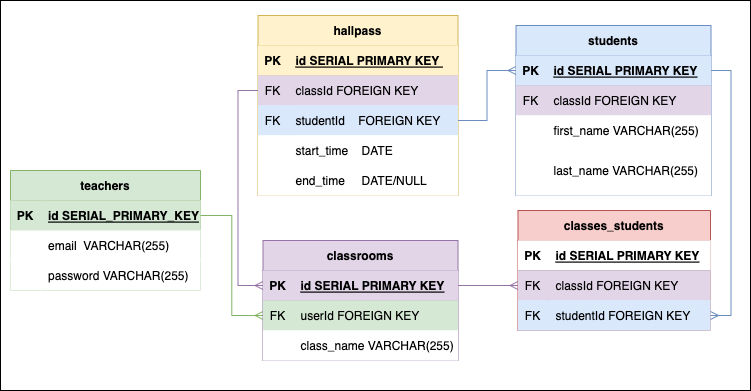
This is hallpassERD.drawio.png from snacksident/hallpass-logger, a draw.io export, as it was before one commit. Source tidied: cells renumbered, new cells last; positions are measured from the earlier drawing's top-left corner, leaving out a move shared by most shapes.
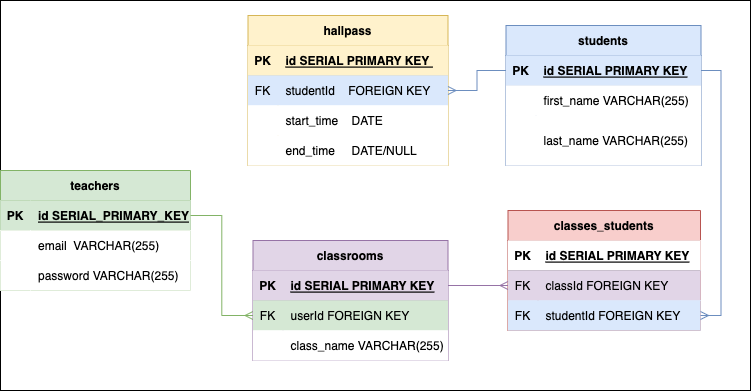
Later version of the same file.

Commit message:
correct ERD associations - remove column from students table

The edit, as a diff of the source:
```diff
@@ -3,7 +3,7 @@
     <mxCell id="0" />
     <mxCell id="1" parent="0" />
     <mxCell id="2" style="rounded=0;whiteSpace=wrap;html=1;fillColor=#FFFFFF;" parent="1" vertex="1">
-      <mxGeometry width="750" height="390" as="geometry" />
+      <mxGeometry x="10" width="750" height="390" as="geometry" />
     </mxCell>
     <mxCell id="3" value="teachers" style="shape=table;startSize=30;rowLines=0;fontStyle=1;align=center;fillColor=#d5e8d4;strokeColor=#82b366;" parent="1" vertex="1">
       <mxGeometry x="10" y="170" width="190" height="120" as="geometry" />
@@ -36,7 +36,7 @@
       <mxGeometry x="30" width="160" height="30" as="geometry" />
     </mxCell>
     <mxCell id="13" value="students" style="shape=table;startSize=30;rowLines=0;fontStyle=1;align=center;strokeColor=#6c8ebf;fillColor=#dae8fc;" parent="1" vertex="1">
-      <mxGeometry x="515.5" y="25" width="195" height="170" as="geometry" />
+      <mxGeometry x="515.5" y="25" width="195" height="140" as="geometry" />
     </mxCell>
     <mxCell id="14" style="shape=tableRow;horizontal=0;startSize=0;swimlaneHead=0;swimlaneBody=0;points=[[0,0.5],[1,0.5]];portConstraint=eastwest;top=0;left=0;right=0;bottom=1;fillColor=#dae8fc;strokeColor=#6c8ebf;" parent="13" vertex="1">
       <mxGeometry y="30" width="195" height="30" as="geometry" />
@@ -47,17 +47,8 @@
     <mxCell id="16" value="id SERIAL PRIMARY KEY" style="shape=partialRectangle;top=0;left=0;bottom=0;right=0;align=left;spacingLeft=6;fontStyle=5;overflow=hidden;fillColor=#dae8fc;strokeColor=#6c8ebf;" parent="14" vertex="1">
       <mxGeometry x="30" width="165" height="30" as="geometry" />
     </mxCell>
-    <mxCell id="17" style="shape=tableRow;horizontal=0;startSize=0;swimlaneHead=0;swimlaneBody=0;fillColor=#e1d5e7;top=0;left=0;right=0;bottom=0;strokeColor=#9673a6;" parent="13" vertex="1">
-      <mxGeometry y="60" width="195" height="30" as="geometry" />
-    </mxCell>
-    <mxCell id="18" value="FK" style="shape=partialRectangle;fillColor=#e1d5e7;top=0;left=0;bottom=0;right=0;fontStyle=0;overflow=hidden;strokeColor=#9673a6;" parent="17" vertex="1">
-      <mxGeometry width="30" height="30" as="geometry" />
-    </mxCell>
-    <mxCell id="19" value="classId FOREIGN KEY" style="shape=partialRectangle;fillColor=#e1d5e7;top=0;left=0;bottom=0;right=0;align=left;spacingLeft=6;fontStyle=0;overflow=hidden;strokeColor=#9673a6;" parent="17" vertex="1">
-      <mxGeometry x="30" width="165" height="30" as="geometry" />
-    </mxCell>
     <mxCell id="20" style="shape=tableRow;horizontal=0;startSize=0;swimlaneHead=0;swimlaneBody=0;fillColor=#FFFFFF;top=0;left=0;right=0;bottom=0;strokeColor=#009900;" parent="13" vertex="1">
-      <mxGeometry y="90" width="195" height="30" as="geometry" />
+      <mxGeometry y="60" width="195" height="30" as="geometry" />
     </mxCell>
     <mxCell id="21" style="shape=partialRectangle;fillColor=#FFFFFF;top=0;left=0;bottom=0;right=0;overflow=hidden;strokeColor=#009900;" parent="20" vertex="1">
       <mxGeometry width="30" height="30" as="geometry" />
@@ -66,7 +57,7 @@
       <mxGeometry x="30" width="165" height="30" as="geometry" />
     </mxCell>
     <mxCell id="23" style="shape=tableRow;horizontal=0;startSize=0;swimlaneHead=0;swimlaneBody=0;top=0;left=0;right=0;bottom=0;" parent="13" vertex="1">
-      <mxGeometry y="120" width="195" height="50" as="geometry" />
+      <mxGeometry y="90" width="195" height="50" as="geometry" />
     </mxCell>
     <mxCell id="24" style="shape=partialRectangle;top=0;left=0;bottom=0;right=0;fontStyle=0;overflow=hidden;" parent="23" vertex="1">
       <mxGeometry width="30" height="50" as="geometry" />
@@ -144,7 +135,7 @@
       <mxGeometry relative="1" as="geometry" />
     </mxCell>
     <mxCell id="49" value="hallpass" style="shape=table;startSize=30;rowLines=0;fontStyle=1;align=center;fillColor=#fff2cc;strokeColor=#d6b656;" parent="1" vertex="1">
-      <mxGeometry x="257.5" y="15" width="200" height="180" as="geometry" />
+      <mxGeometry x="257.5" y="15" width="200" height="150" as="geometry" />
     </mxCell>
     <mxCell id="50" style="shape=tableRow;horizontal=0;startSize=0;swimlaneHead=0;swimlaneBody=0;fillColor=#fff2cc;top=0;left=0;right=0;bottom=1;strokeColor=#d6b656;" parent="49" vertex="1">
       <mxGeometry y="30" width="200" height="30" as="geometry" />
@@ -155,17 +146,8 @@
     <mxCell id="52" value="id SERIAL PRIMARY KEY " style="shape=partialRectangle;fillColor=#fff2cc;top=0;left=0;bottom=0;right=0;align=left;spacingLeft=6;fontStyle=5;overflow=hidden;strokeColor=#d6b656;" parent="50" vertex="1">
       <mxGeometry x="30" width="170" height="30" as="geometry" />
     </mxCell>
-    <mxCell id="53" style="shape=tableRow;horizontal=0;startSize=0;swimlaneHead=0;swimlaneBody=0;points=[[0,0.5],[1,0.5]];portConstraint=eastwest;top=0;left=0;right=0;bottom=0;fillColor=#e1d5e7;strokeColor=#9673a6;" parent="49" vertex="1">
-      <mxGeometry y="60" width="200" height="30" as="geometry" />
-    </mxCell>
-    <mxCell id="54" value="FK" style="shape=partialRectangle;top=0;left=0;bottom=0;right=0;overflow=hidden;fillColor=#e1d5e7;strokeColor=#9673a6;" parent="53" vertex="1">
-      <mxGeometry width="30" height="30" as="geometry" />
-    </mxCell>
-    <mxCell id="55" value="classId FOREIGN KEY" style="shape=partialRectangle;top=0;left=0;bottom=0;right=0;align=left;spacingLeft=6;overflow=hidden;fillColor=#e1d5e7;strokeColor=#9673a6;" parent="53" vertex="1">
-      <mxGeometry x="30" width="170" height="30" as="geometry" />
-    </mxCell>
     <mxCell id="56" style="shape=tableRow;horizontal=0;startSize=0;swimlaneHead=0;swimlaneBody=0;points=[[0,0.5],[1,0.5]];portConstraint=eastwest;top=0;left=0;right=0;bottom=0;fillColor=#dae8fc;strokeColor=#6c8ebf;" parent="49" vertex="1">
-      <mxGeometry y="90" width="200" height="30" as="geometry" />
+      <mxGeometry y="60" width="200" height="30" as="geometry" />
     </mxCell>
     <mxCell id="57" value="FK" style="shape=partialRectangle;top=0;left=0;bottom=0;right=0;overflow=hidden;fillColor=#dae8fc;strokeColor=#6c8ebf;" parent="56" vertex="1">
       <mxGeometry width="30" height="30" as="geometry" />
@@ -174,7 +156,7 @@
       <mxGeometry x="30" width="170" height="30" as="geometry" />
     </mxCell>
     <mxCell id="59" style="shape=tableRow;horizontal=0;startSize=0;swimlaneHead=0;swimlaneBody=0;top=0;left=0;right=0;bottom=0;" parent="49" vertex="1">
-      <mxGeometry y="120" width="200" height="30" as="geometry" />
+      <mxGeometry y="90" width="200" height="30" as="geometry" />
     </mxCell>
     <mxCell id="60" style="shape=partialRectangle;top=0;left=0;bottom=0;right=0;overflow=hidden;" parent="59" vertex="1">
       <mxGeometry width="30" height="30" as="geometry" />
@@ -183,7 +165,7 @@
       <mxGeometry x="30" width="170" height="30" as="geometry" />
     </mxCell>
     <mxCell id="62" style="shape=tableRow;horizontal=0;startSize=0;swimlaneHead=0;swimlaneBody=0;top=0;left=0;right=0;bottom=0;" parent="49" vertex="1">
-      <mxGeometry y="150" width="200" height="30" as="geometry" />
+      <mxGeometry y="120" width="200" height="30" as="geometry" />
     </mxCell>
     <mxCell id="63" style="shape=partialRectangle;top=0;left=0;bottom=0;right=0;overflow=hidden;" parent="62" vertex="1">
       <mxGeometry width="30" height="30" as="geometry" />
@@ -191,11 +173,8 @@
     <mxCell id="64" value="end_time     DATE/NULL" style="shape=partialRectangle;top=0;left=0;bottom=0;right=0;align=left;spacingLeft=6;overflow=hidden;" parent="62" vertex="1">
       <mxGeometry x="30" width="170" height="30" as="geometry" />
     </mxCell>
-    <mxCell id="65" style="edgeStyle=orthogonalEdgeStyle;rounded=0;jettySize=auto;html=1;exitX=1;exitY=0.5;exitDx=0;exitDy=0;entryX=0;entryY=0.5;entryDx=0;entryDy=0;endArrow=ERmany;endFill=0;fillColor=#dae8fc;strokeColor=#6c8ebf;" parent="1" edge="1" source="56" target="14">
-      <mxGeometry relative="1" as="geometry" />
-    </mxCell>
-    <mxCell id="66" style="edgeStyle=orthogonalEdgeStyle;rounded=0;jettySize=auto;html=1;entryX=0;entryY=0.5;entryDx=0;entryDy=0;endArrow=ERmany;endFill=0;exitX=0;exitY=0.5;exitDx=0;exitDy=0;fillColor=#e1d5e7;strokeColor=#9673a6;" parent="1" edge="1" source="53" target="28">
-      <mxGeometry relative="1" as="geometry" />
-    </mxCell>
+    <mxCell id="67" style="edgeStyle=orthogonalEdgeStyle;rounded=0;jettySize=auto;html=1;exitX=0;exitY=0.5;exitDx=0;exitDy=0;entryX=1;entryY=0.5;entryDx=0;entryDy=0;endArrow=ERmany;endFill=0;fillColor=#dae8fc;strokeColor=#6c8ebf;" parent="1" edge="1" source="14" target="56">
+      <mxGeometry relative="1" as="geometry" />
+    </mxCell>
   </root>
 </mxGraphModel>
```
